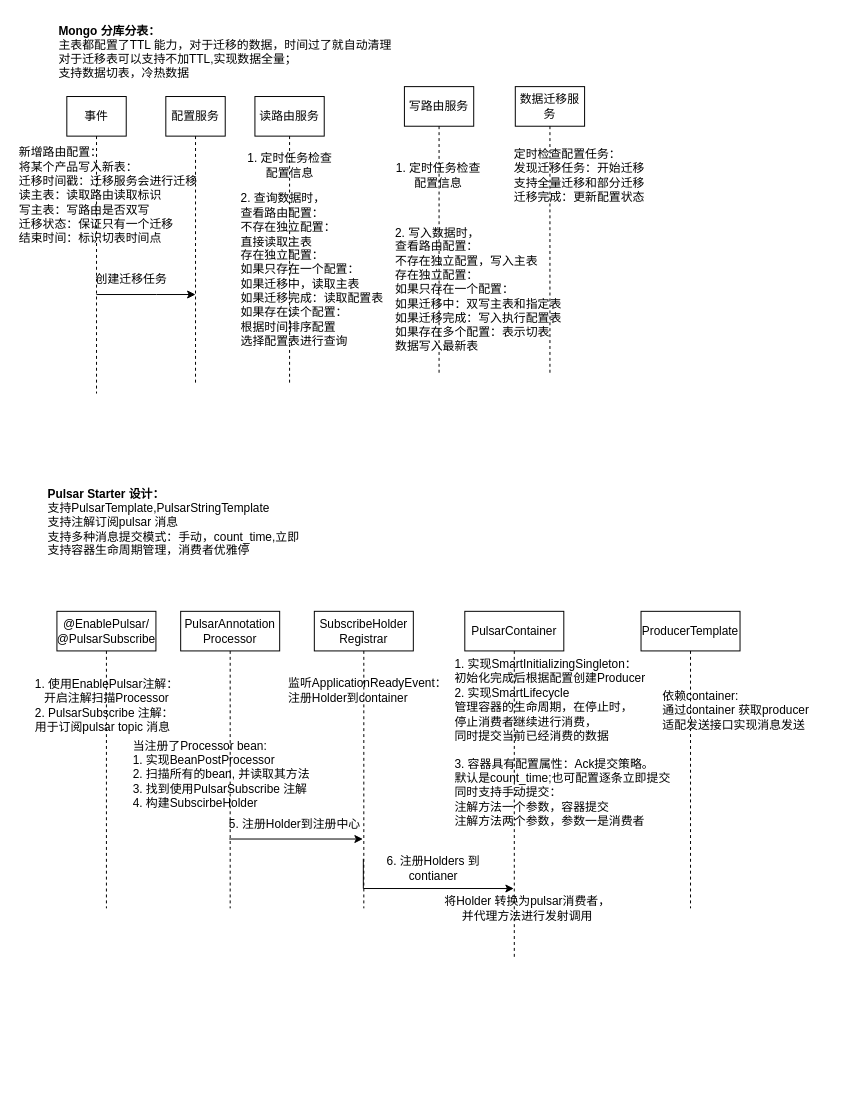
Before: 八股文.drawio in cqu20141693/draw.io, a draw.io diagram. Source tidied: cells renumbered, new cells numbered last; positions are measured from the earlier drawing's top-left corner, leaving out a move shared by most shapes. Both pictures are drawn from the tidied source at 99%, with x=0, y=0 at pixel (17, 17).
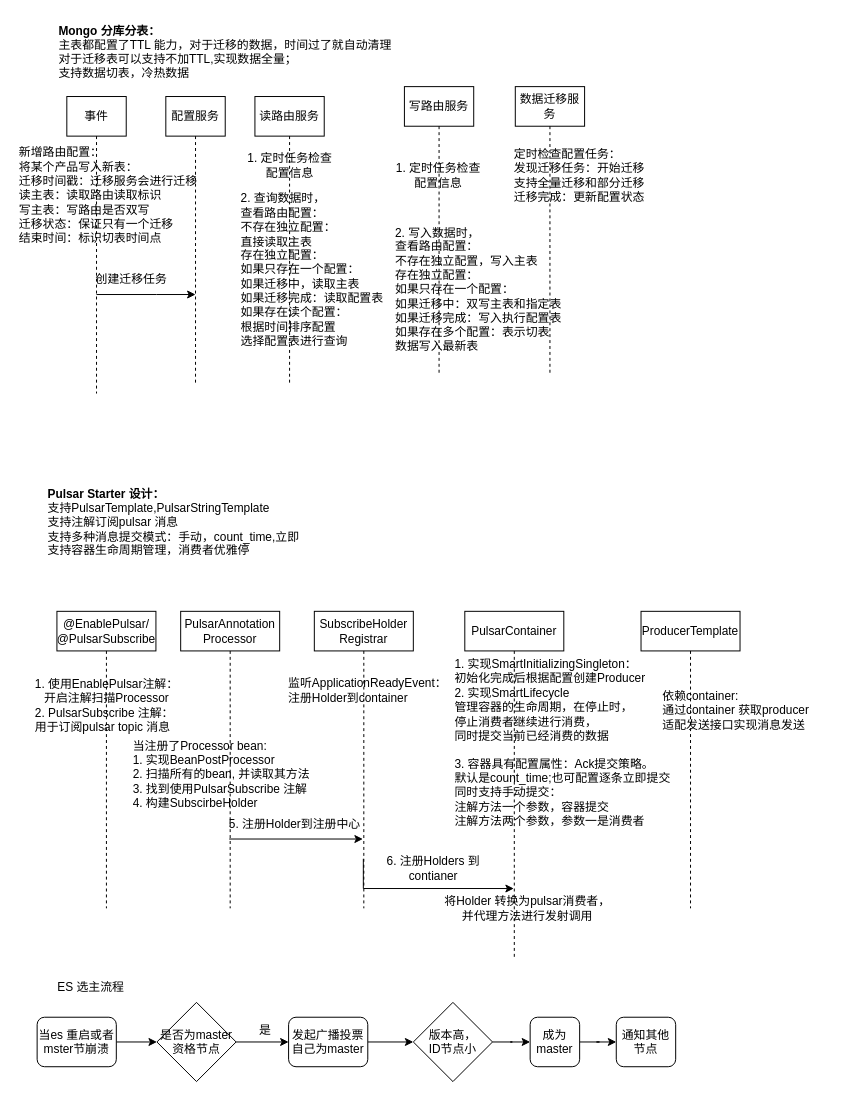
Above is the later version.

Commit message:
更新八股文.drawio

What changed in the source:
```diff
@@
+    <mxCell id="32" value="ES 选主流程" style="text;html=1;strokeColor=none;fillColor=none;align=center;verticalAlign=middle;whiteSpace=wrap;rounded=0;" parent="1" vertex="1">
+      <mxGeometry x="34" y="965" width="81" height="30" as="geometry" />
+    </mxCell>
+    <mxCell id="33" style="edgeStyle=orthogonalEdgeStyle;rounded=0;jettySize=auto;html=1;entryX=0;entryY=0.5;entryDx=0;entryDy=0;" parent="1" edge="1" source="34" target="38">
+      <mxGeometry relative="1" as="geometry" />
+    </mxCell>
+    <mxCell id="34" value="当es 重启或者&lt;div&gt;mster节崩溃&lt;/div&gt;" style="rounded=1;whiteSpace=wrap;html=1;" parent="1" vertex="1">
+      <mxGeometry x="20" y="1010" width="80" height="50" as="geometry" />
+    </mxCell>
+    <mxCell id="35" style="edgeStyle=orthogonalEdgeStyle;rounded=0;jettySize=auto;html=1;entryX=0;entryY=0.5;entryDx=0;entryDy=0;" parent="1" edge="1" source="36" target="41">
+      <mxGeometry relative="1" as="geometry" />
+    </mxCell>
+    <mxCell id="36" value="发起广播投票自己为master" style="rounded=1;whiteSpace=wrap;html=1;" parent="1" vertex="1">
+      <mxGeometry x="274" y="1010" width="80" height="50" as="geometry" />
+    </mxCell>
+    <mxCell id="37" style="edgeStyle=orthogonalEdgeStyle;rounded=0;jettySize=auto;html=1;entryX=0;entryY=0.5;entryDx=0;entryDy=0;" parent="1" edge="1" source="38" target="36">
+      <mxGeometry relative="1" as="geometry" />
+    </mxCell>
+    <mxCell id="38" value="是否为master资格节点" style="rhombus;whiteSpace=wrap;html=1;" parent="1" vertex="1">
+      <mxGeometry x="141" y="995" width="80" height="80" as="geometry" />
+    </mxCell>
+    <mxCell id="39" value="是" style="text;html=1;align=center;verticalAlign=middle;strokeColor=none;fillColor=none;" parent="1" vertex="1">
+      <mxGeometry x="230" y="1008" width="40" height="30" as="geometry" />
+    </mxCell>
+    <mxCell id="40" style="edgeStyle=orthogonalEdgeStyle;rounded=0;jettySize=auto;html=1;entryX=0;entryY=0.5;entryDx=0;entryDy=0;" parent="1" edge="1" source="41" target="43">
+      <mxGeometry relative="1" as="geometry" />
+    </mxCell>
+    <mxCell id="41" value="版本高，&lt;div&gt;ID节点小&lt;/div&gt;" style="rhombus;whiteSpace=wrap;html=1;" parent="1" vertex="1">
+      <mxGeometry x="400" y="995" width="80" height="80" as="geometry" />
+    </mxCell>
+    <mxCell id="42" style="edgeStyle=orthogonalEdgeStyle;rounded=0;jettySize=auto;html=1;entryX=0;entryY=0.5;entryDx=0;entryDy=0;" parent="1" edge="1" source="43" target="44">
+      <mxGeometry relative="1" as="geometry" />
+    </mxCell>
+    <mxCell id="43" value="成为master" style="rounded=1;whiteSpace=wrap;html=1;" parent="1" vertex="1">
+      <mxGeometry x="518" y="1010" width="50" height="50" as="geometry" />
+    </mxCell>
+    <mxCell id="44" value="通知其他节点" style="rounded=1;whiteSpace=wrap;html=1;" parent="1" vertex="1">
+      <mxGeometry x="605" y="1010" width="60" height="50" as="geometry" />
+    </mxCell>
```
